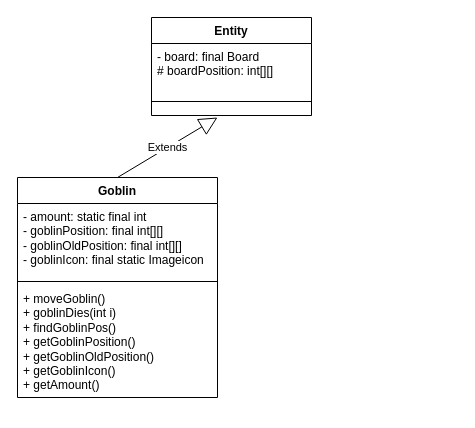
Above: Untitled Diagram.drawio in jacob-w4/Java-simple-game (draw.io), before the change. Source tidied: cells renumbered, new cells numbered last; positions are measured from the earlier drawing's top-left corner, leaving out a move shared by most shapes. Both pictures are drawn from the tidied source at 100%, with x=0, y=0 at pixel (17, 17).
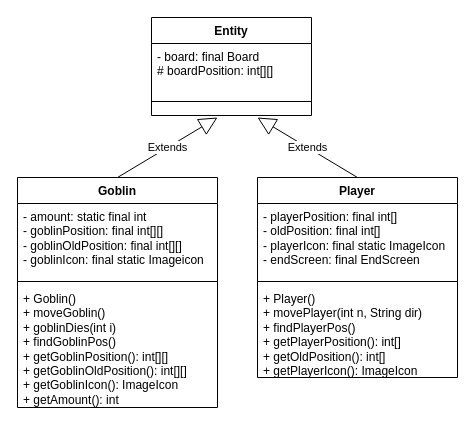
The same page after the edit.

Change to the diagram source:
```diff
@@
 <mxGraphModel>
   <root>
     <mxCell id="0" />
     <mxCell id="1" parent="0" />
     <mxCell id="2" value="Entity" style="swimlane;fontStyle=1;align=center;verticalAlign=top;horizontal=1;startSize=26;whiteSpace=wrap;html=1;" parent="1" vertex="1">
       <mxGeometry x="134" width="160" height="98" as="geometry" />
     </mxCell>
     <mxCell id="3" value="- board: final Board&lt;br&gt;# boardPosition: int[][]" style="text;strokeColor=none;fillColor=none;align=left;verticalAlign=top;spacingLeft=4;spacingRight=4;overflow=hidden;whiteSpace=wrap;html=1;" parent="2" vertex="1">
       <mxGeometry y="26" width="160" height="44" as="geometry" />
     </mxCell>
     <mxCell id="4" style="line;strokeWidth=1;fillColor=none;align=left;verticalAlign=middle;spacingTop=-1;spacingLeft=3;spacingRight=3;labelPosition=right;strokeColor=inherit;" parent="2" vertex="1">
       <mxGeometry y="70" width="160" height="28" as="geometry" />
     </mxCell>
     <mxCell id="5" value="Goblin" style="swimlane;fontStyle=1;align=center;verticalAlign=top;horizontal=1;startSize=26;whiteSpace=wrap;html=1;" parent="1" vertex="1">
-      <mxGeometry y="160" width="200" height="220" as="geometry" />
+      <mxGeometry y="160" width="200" height="230" as="geometry" />
     </mxCell>
-    <mxCell id="6" value="- amount: static final int&lt;br&gt;- goblinPosition: final int[][]&lt;br&gt;- goblinOldPosition: final int[][]&amp;nbsp;&lt;br&gt;- goblinIcon: final static Imageicon" style="text;strokeColor=none;fillColor=none;align=left;verticalAlign=top;spacingLeft=4;spacingRight=4;overflow=hidden;whiteSpace=wrap;html=1;" parent="5" vertex="1">
+    <mxCell id="6" value="- amount: static final int&lt;br&gt;- goblinPosition: final int[][]&lt;br&gt;- goblinOldPosition: final int[][]&amp;nbsp;&lt;br&gt;- goblinIcon: final static Imageicon&lt;br&gt;" style="text;strokeColor=none;fillColor=none;align=left;verticalAlign=top;spacingLeft=4;spacingRight=4;overflow=hidden;whiteSpace=wrap;html=1;" parent="5" vertex="1">
       <mxGeometry y="26" width="200" height="74" as="geometry" />
     </mxCell>
     <mxCell id="7" style="line;strokeWidth=1;fillColor=none;align=left;verticalAlign=middle;spacingTop=-1;spacingLeft=3;spacingRight=3;labelPosition=right;strokeColor=inherit;" parent="5" vertex="1">
       <mxGeometry y="100" width="200" height="8" as="geometry" />
     </mxCell>
-    <mxCell id="8" value="+ moveGoblin()&lt;br&gt;+ goblinDies(int i)&lt;br&gt;+ findGoblinPos()&lt;br&gt;+ getGoblinPosition()&lt;br&gt;+ getGoblinOldPosition()&lt;br&gt;+ getGoblinIcon()&lt;br&gt;+ getAmount()" style="text;strokeColor=none;fillColor=none;align=left;verticalAlign=top;spacingLeft=4;spacingRight=4;overflow=hidden;whiteSpace=wrap;html=1;" parent="5" vertex="1">
-      <mxGeometry y="108" width="200" height="112" as="geometry" />
+    <mxCell id="8" value="+ Goblin()&lt;br&gt;+ moveGoblin()&lt;br&gt;+ goblinDies(int i)&lt;br&gt;+ findGoblinPos()&lt;br&gt;+ getGoblinPosition(): int[][]&lt;br&gt;+ getGoblinOldPosition(): int[][]&lt;br&gt;+ getGoblinIcon(): ImageIcon&lt;br&gt;+ getAmount(): int" style="text;strokeColor=none;fillColor=none;align=left;verticalAlign=top;spacingLeft=4;spacingRight=4;overflow=hidden;whiteSpace=wrap;html=1;" parent="5" vertex="1">
+      <mxGeometry y="108" width="200" height="122" as="geometry" />
     </mxCell>
     <mxCell id="9" value="Extends" style="endArrow=block;endSize=16;endFill=0;html=1;rounded=0;exitX=0.5;exitY=0;exitDx=0;exitDy=0;" parent="1" edge="1" source="5">
       <mxGeometry relative="1" as="geometry">
         <mxPoint x="200" y="100" as="targetPoint" />
       </mxGeometry>
     </mxCell>
+    <mxCell id="10" value="Player" style="swimlane;fontStyle=1;align=center;verticalAlign=top;horizontal=1;startSize=26;whiteSpace=wrap;html=1;" parent="1" vertex="1">
+      <mxGeometry x="240" y="160" width="200" height="200" as="geometry" />
+    </mxCell>
+    <mxCell id="11" value="- playerPosition: final int[]&lt;br&gt;- oldPosition: final int[]&lt;br&gt;- playerIcon: final static ImageIcon&lt;br&gt;- endScreen: final EndScreen&lt;br&gt;" style="text;strokeColor=none;fillColor=none;align=left;verticalAlign=top;spacingLeft=4;spacingRight=4;overflow=hidden;whiteSpace=wrap;html=1;" parent="10" vertex="1">
+      <mxGeometry y="26" width="200" height="74" as="geometry" />
+    </mxCell>
+    <mxCell id="12" style="line;strokeWidth=1;fillColor=none;align=left;verticalAlign=middle;spacingTop=-1;spacingLeft=3;spacingRight=3;labelPosition=right;strokeColor=inherit;" parent="10" vertex="1">
+      <mxGeometry y="100" width="200" height="8" as="geometry" />
+    </mxCell>
+    <mxCell id="13" value="+ Player()&lt;br&gt;+ movePlayer(int n, String dir)&lt;br&gt;+ findPlayerPos()&lt;br&gt;+ getPlayerPosition(): int[]&lt;br&gt;+ getOldPosition(): int[]&lt;br&gt;+ getPlayerIcon(): ImageIcon" style="text;strokeColor=none;fillColor=none;align=left;verticalAlign=top;spacingLeft=4;spacingRight=4;overflow=hidden;whiteSpace=wrap;html=1;" parent="10" vertex="1">
+      <mxGeometry y="108" width="200" height="92" as="geometry" />
+    </mxCell>
+    <mxCell id="14" value="Extends" style="endArrow=block;endSize=16;endFill=0;html=1;rounded=0;exitX=0.5;exitY=0;exitDx=0;exitDy=0;" parent="1" edge="1" source="10">
+      <mxGeometry relative="1" as="geometry">
+        <mxPoint x="240" y="100" as="targetPoint" />
+      </mxGeometry>
+    </mxCell>
   </root>
 </mxGraphModel>
```
